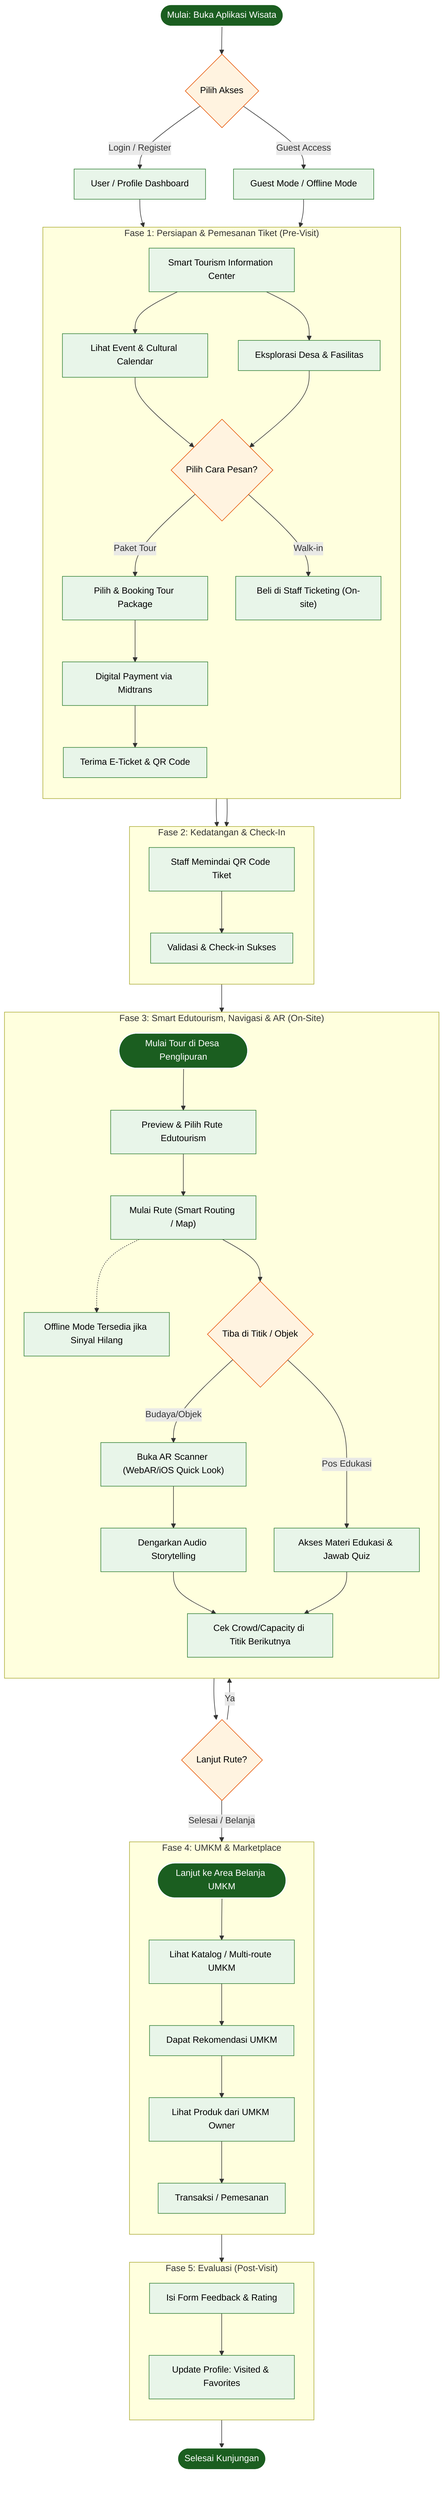
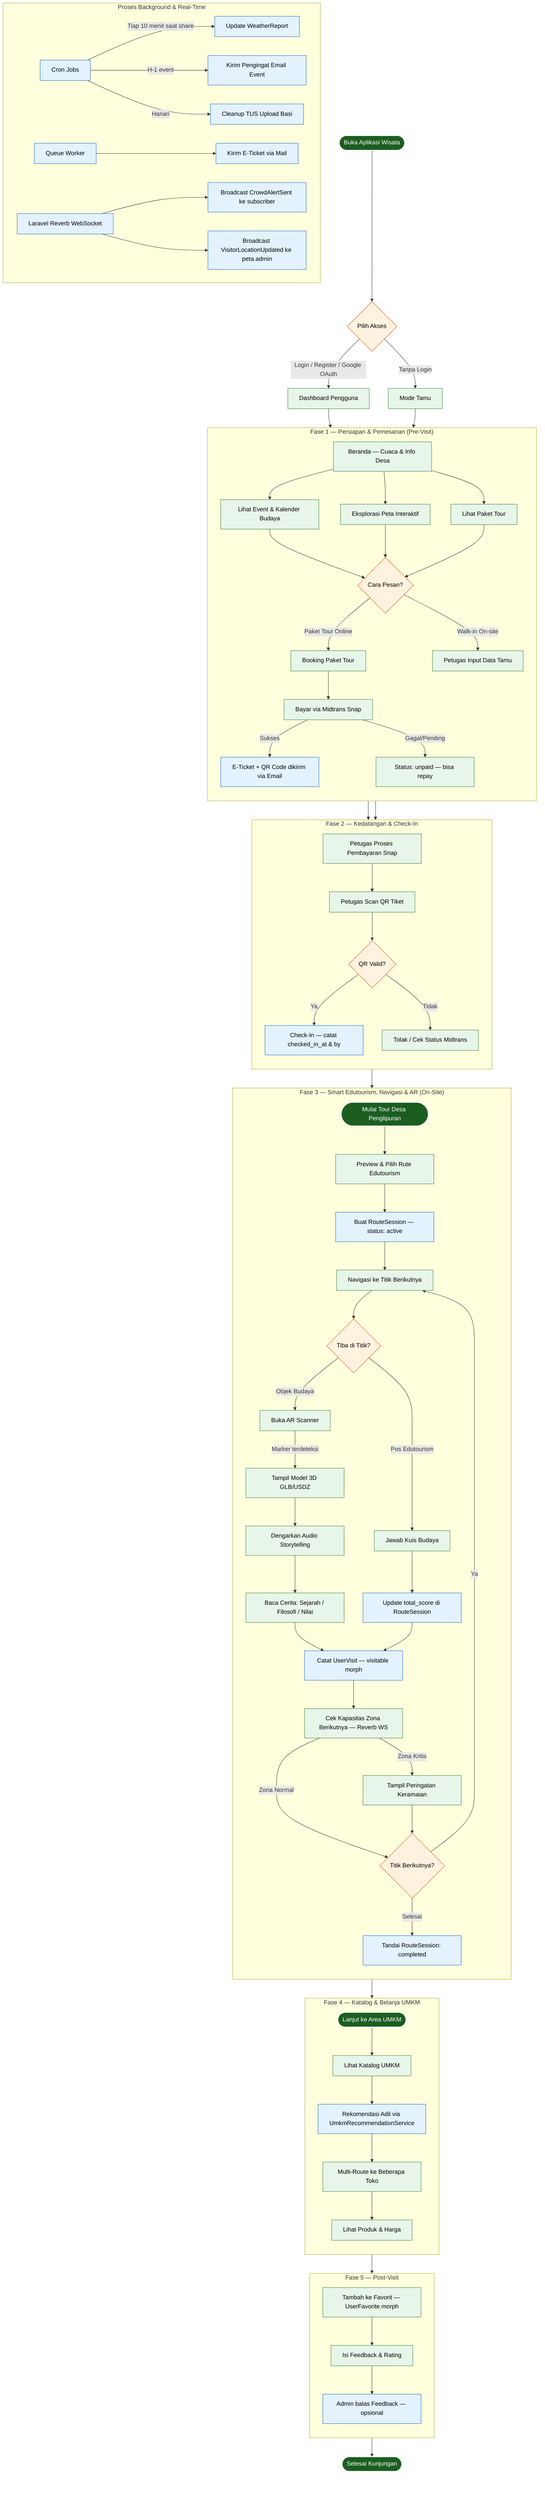
flowchart TD
    %% Styling Colors
    classDef startEnd fill:#1b5e20,stroke:#fff,stroke-width:2px,color:#fff;
    classDef process fill:#e8f5e9,stroke:#2e7d32,stroke-width:1px,color:#000;
    classDef decision fill:#fff3e0,stroke:#e65100,stroke-width:1px,color:#000;
-     classDef actor fill:#e3f2fd,stroke:#1565c0,stroke-width:2px,color:#000;
+     classDef system fill:#e3f2fd,stroke:#1565c0,stroke-width:1px,color:#000;

-     Start([Mulai: Buka Aplikasi Wisata]):::startEnd --> Auth{Pilih Akses}:::decision
-     Auth -->|Login / Register| UserDashboard[User / Profile Dashboard]:::process
-     Auth -->|Guest Access| GuestPanel[Guest Mode / Offline Mode]:::process
+     Start([Buka Aplikasi Wisata]):::startEnd --> Auth{Pilih Akses}:::decision
+     Auth -->|Login / Register / Google OAuth| UserDashboard[Dashboard Pengguna]:::process
+     Auth -->|Tanpa Login| GuestPanel[Mode Tamu]:::process

-     UserDashboard --> PusatInfo[Smart Tourism Information Center]:::process
-     GuestPanel --> PusatInfo
+     UserDashboard --> Home[Beranda — Cuaca & Info Desa]:::process
+     GuestPanel --> Home

    %% ================= FASE 1: PRE-VISIT =================
-     subgraph Fase1 ["Fase 1: Persiapan & Pemesanan Tiket (Pre-Visit)"]
+     subgraph Fase1 ["Fase 1 — Persiapan & Pemesanan (Pre-Visit)"]
        direction TB
-         PusatInfo --> CekEvent[Lihat Event & Cultural Calendar]:::process
-         PusatInfo --> Explore[Eksplorasi Desa & Fasilitas]:::process
+         Home --> CekEvent[Lihat Event & Kalender Budaya]:::process
+         Home --> Explore[Eksplorasi Peta Interaktif]:::process
+         Home --> LihatPaket[Lihat Paket Tour]:::process

-         CekEvent --> PesanTiket{Pilih Cara Pesan?}:::decision
-         Explore --> PesanTiket
+         CekEvent & Explore & LihatPaket --> PesanTiket{Cara Pesan?}:::decision

-         PesanTiket -->|Paket Tour| Reservasi[Pilih & Booking Tour Package]:::process
-         PesanTiket -->|Walk-in| WalkIn["Beli di Staff Ticketing (On-site)"]:::process
+         PesanTiket -->|Paket Tour Online| Reservasi[Booking Paket Tour]:::process
+         PesanTiket -->|Walk-in On-site| WalkIn[Petugas Input Data Tamu]:::process

-         Reservasi --> BayarTiket[Digital Payment via Midtrans]:::process
-         BayarTiket --> TiketDigital[Terima E-Ticket & QR Code]:::process
+         Reservasi --> BayarMidtrans[Bayar via Midtrans Snap]:::process
+         BayarMidtrans -->|Sukses| TiketDigital[E-Ticket + QR Code dikirim via Email]:::system
+         BayarMidtrans -->|Gagal/Pending| TungguBayar[Status: unpaid — bisa repay]:::process
    end

    %% ================= FASE 2: ARRIVAL =================
-     subgraph Fase2 ["Fase 2: Kedatangan & Check-In"]
+     subgraph Fase2 ["Fase 2 — Kedatangan & Check-In"]
        direction TB
-         TiketDigital --> StaffScan[Staff Memindai QR Code Tiket]:::process
-         WalkIn --> StaffScan
-         StaffScan --> Validasi[Validasi & Check-in Sukses]:::process
+         TiketDigital --> StaffScan[Petugas Scan QR Tiket]:::process
+         WalkIn --> StaffBayar[Petugas Proses Pembayaran Snap]:::process
+         StaffBayar --> StaffScan
+ 
+         StaffScan --> Validasi{QR Valid?}:::decision
+         Validasi -->|Ya| CheckIn[Check-In — catat checked_in_at & by]:::system
+         Validasi -->|Tidak| Tolak[Tolak / Cek Status Midtrans]:::process
    end

-     Validasi --> MulaiTour([Mulai Tour di Desa Penglipuran]):::startEnd
+     CheckIn --> MulaiTour([Mulai Tour Desa Penglipuran]):::startEnd

    %% ================= FASE 3: ON-SITE & EDUTOURISM =================
-     subgraph Fase3 ["Fase 3: Smart Edutourism, Navigasi & AR (On-Site)"]
+     subgraph Fase3 ["Fase 3 — Smart Edutourism, Navigasi & AR (On-Site)"]
        direction TB
        MulaiTour --> PilihRute[Preview & Pilih Rute Edutourism]:::process
-         PilihRute --> MulaiNavigasi["Mulai Rute (Smart Routing / Map)"]:::process
+         PilihRute --> StartSession[Buat RouteSession — status: active]:::system
+         StartSession --> Navigasi[Navigasi ke Titik Berikutnya]:::process

-         MulaiNavigasi -.-> AksesOffline[Offline Mode Tersedia jika Sinyal Hilang]:::process
+         Navigasi --> TibaDiTitik{Tiba di Titik?}:::decision

-         MulaiNavigasi --> TibaDiTitik{Tiba di Titik / Objek}:::decision
+         %% Cultural Object branch
+         TibaDiTitik -->|Objek Budaya| BukaAR[Buka AR Scanner]:::process
+         BukaAR -->|Marker terdeteksi| TampilModel[Tampil Model 3D GLB/USDZ]:::process
+         TampilModel --> AudioStory[Dengarkan Audio Storytelling]:::process
+         AudioStory --> BacaCerita[Baca Cerita: Sejarah / Filosofi / Nilai]:::process

-         %% AR & Edukasi
-         TibaDiTitik -->|Budaya/Objek| BukaAR["Buka AR Scanner (WebAR/iOS Quick Look)"]:::process
-         BukaAR --> AudioStory[Dengarkan Audio Storytelling]:::process
+         %% Quiz branch
+         TibaDiTitik -->|Pos Edutourism| Kuis[Jawab Kuis Budaya]:::process
+         Kuis --> SkorUpdate[Update total_score di RouteSession]:::system

-         TibaDiTitik -->|Pos Edukasi| EduQuiz[Akses Materi Edukasi & Jawab Quiz]:::process
+         BacaCerita & SkorUpdate --> RecordVisit[Catat UserVisit — visitable morph]:::system
+         RecordVisit --> CekKapasitas[Cek Kapasitas Zona Berikutnya — Reverb WS]:::process

-         AudioStory --> CekKapasitas[Cek Crowd/Capacity di Titik Berikutnya]:::process
-         EduQuiz --> CekKapasitas
+         CekKapasitas -->|Zona Normal| LanjutRute{Titik Berikutnya?}:::decision
+         CekKapasitas -->|Zona Kritis| PeringatanZona[Tampil Peringatan Keramaian]:::process
+         PeringatanZona --> LanjutRute
+ 
+         LanjutRute -->|Ya| Navigasi
+         LanjutRute -->|Selesai| SelesaiRute[Tandai RouteSession: completed]:::system
    end

-     CekKapasitas --> LanjutTour{Lanjut Rute?}:::decision
-     LanjutTour -->|Ya| MulaiNavigasi
-     LanjutTour -->|Selesai / Belanja| KeUMKM([Lanjut ke Area Belanja UMKM]):::startEnd
+     SelesaiRute --> KeUMKM([Lanjut ke Area UMKM]):::startEnd

-     %% ================= FASE 4: UMKM & TRANSAKSI =================
-     subgraph Fase4 ["Fase 4: UMKM & Marketplace"]
+     %% ================= FASE 4: UMKM =================
+     subgraph Fase4 ["Fase 4 — Katalog & Belanja UMKM"]
        direction TB
-         KeUMKM --> ScanUMKM[Lihat Katalog / Multi-route UMKM]:::process
-         ScanUMKM --> Rekomendasi[Dapat Rekomendasi UMKM]:::process
-         Rekomendasi --> Marketplace[Lihat Produk dari UMKM Owner]:::process
-         Marketplace --> BeliProduk[Transaksi / Pemesanan]:::process
+         KeUMKM --> LihatKatalog[Lihat Katalog UMKM]:::process
+         LihatKatalog --> Rekomendasi[Rekomendasi Adil via UmkmRecommendationService]:::system
+         Rekomendasi --> MultiRoute[Multi-Route ke Beberapa Toko]:::process
+         MultiRoute --> LihatProduk[Lihat Produk & Harga]:::process
    end

    %% ================= FASE 5: POST-VISIT =================
-     subgraph Fase5 ["Fase 5: Evaluasi (Post-Visit)"]
+     subgraph Fase5 ["Fase 5 — Post-Visit"]
        direction TB
-         BeliProduk --> BeriFeedback[Isi Form Feedback & Rating]:::process
-         BeriFeedback --> ProfileUpdate[Update Profile: Visited & Favorites]:::process
+         LihatProduk --> Favorit[Tambah ke Favorit — UserFavorite morph]:::process
+         Favorit --> Feedback[Isi Feedback & Rating]:::process
+         Feedback --> AdminReply[Admin balas Feedback — opsional]:::system
    end

-     ProfileUpdate --> Selesai([Selesai Kunjungan]):::startEnd+     Feedback --> Selesai([Selesai Kunjungan]):::startEnd
+ 
+     %% ================= SISTEM BACKGROUND =================
+     subgraph Background ["Proses Background & Real-Time"]
+         direction LR
+         WS[Laravel Reverb WebSocket]:::system
+         QUEUE[Queue Worker]:::system
+         CRON[Cron Jobs]:::system
+ 
+         CRON -->|Tiap 10 menit saat share| WeatherUpdate[Update WeatherReport]:::system
+         CRON -->|H-1 event| EventReminder[Kirim Pengingat Email Event]:::system
+         CRON -->|Harian| TusCleanup[Cleanup TUS Upload Basi]:::system
+         QUEUE --> ETicketMail[Kirim E-Ticket via Mail]:::system
+         WS --> CrowdAlert[Broadcast CrowdAlertSent ke subscriber]:::system
+         WS --> VisitorTracking[Broadcast VisitorLocationUpdated ke peta admin]:::system
+     end
